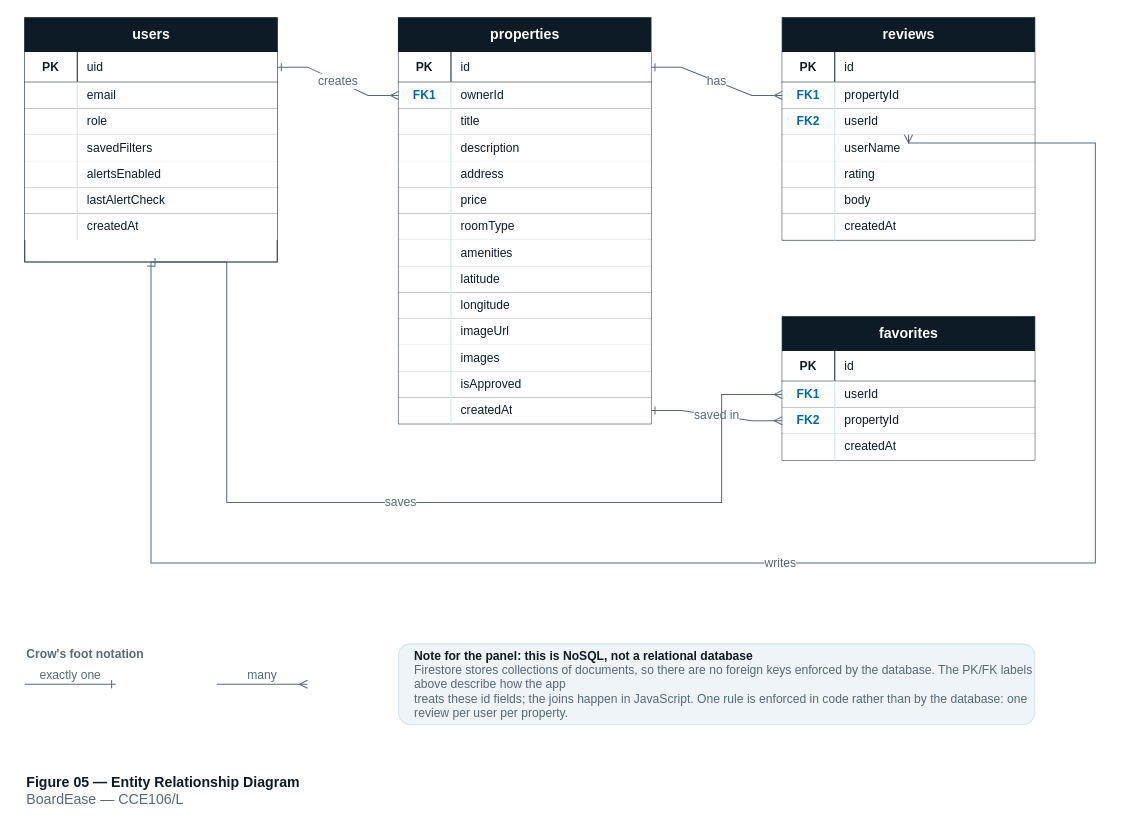
This is docs/diagrams/05-entity-relationship-diagram.drawio from jetroo1/BoardEase-Mobile, a draw.io file, before an edit. Source tidied: cells renumbered, new cells numbered last; positions are measured from the earlier drawing's top-left corner, leaving out a move shared by most shapes. Both pictures are drawn from the tidied source at 101%, with x=0, y=0 at pixel (24, 17).
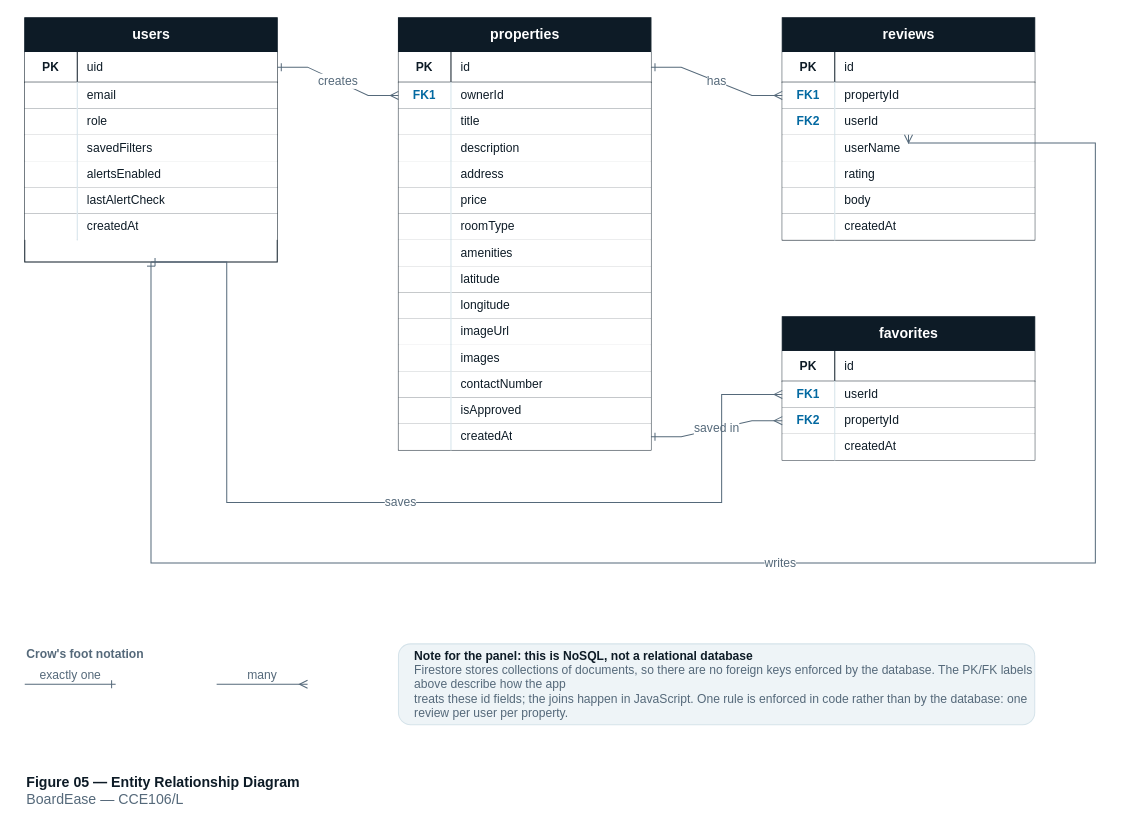
After the change.

What changed in the source:
```diff
@@
     <mxCell id="24" value="properties" style="shape=table;startSize=34;childLayout=tableLayout;rowLines=1;columnLines=1;fontStyle=1;fontSize=14;align=center;html=1;fillColor=#0D1B26;fontColor=#FFFFFF;strokeColor=#0D1B26;" parent="1" vertex="1">
-      <mxGeometry x="370" width="250" height="402" as="geometry" />
+      <mxGeometry x="370" width="250" height="428" as="geometry" />
     </mxCell>
@@
+    <mxCell id="112" style="shape=tableRow;horizontal=0;startSize=0;swimlaneHead=0;swimlaneBody=0;fillColor=#FFFFFF;strokeColor=#D5E3EA;top=0;left=0;right=0;bottom=0;" parent="24" vertex="1">
+      <mxGeometry y="350" width="250" height="26" as="geometry" />
+    </mxCell>
+    <mxCell id="113" style="shape=partialRectangle;fillColor=none;top=0;left=0;bottom=0;right=1;fontSize=12;strokeColor=#D5E3EA;overflow=hidden;whiteSpace=wrap;html=1;" parent="112" vertex="1">
+      <mxGeometry width="52" height="26" as="geometry" />
+    </mxCell>
+    <mxCell id="114" value="contactNumber" style="shape=partialRectangle;fillColor=none;top=0;left=0;bottom=0;right=0;align=left;spacingLeft=8;fontSize=12;fontColor=#0D1B26;overflow=hidden;whiteSpace=wrap;html=1;" parent="112" vertex="1">
+      <mxGeometry x="52" width="198" height="26" as="geometry" />
+    </mxCell>
     <mxCell id="61" style="shape=tableRow;horizontal=0;startSize=0;swimlaneHead=0;swimlaneBody=0;fillColor=#FFFFFF;strokeColor=#D5E3EA;top=0;left=0;right=0;bottom=0;" parent="24" vertex="1">
-      <mxGeometry y="350" width="250" height="26" as="geometry" />
+      <mxGeometry y="376" width="250" height="26" as="geometry" />
     </mxCell>
@@
     <mxCell id="64" style="shape=tableRow;horizontal=0;startSize=0;swimlaneHead=0;swimlaneBody=0;fillColor=#FFFFFF;strokeColor=#D5E3EA;points=[[0,0.5],[1,0.5]];portConstraint=eastwest;top=0;left=0;right=0;bottom=0;" parent="24" vertex="1">
-      <mxGeometry y="376" width="250" height="26" as="geometry" />
+      <mxGeometry y="402" width="250" height="26" as="geometry" />
     </mxCell>
```
